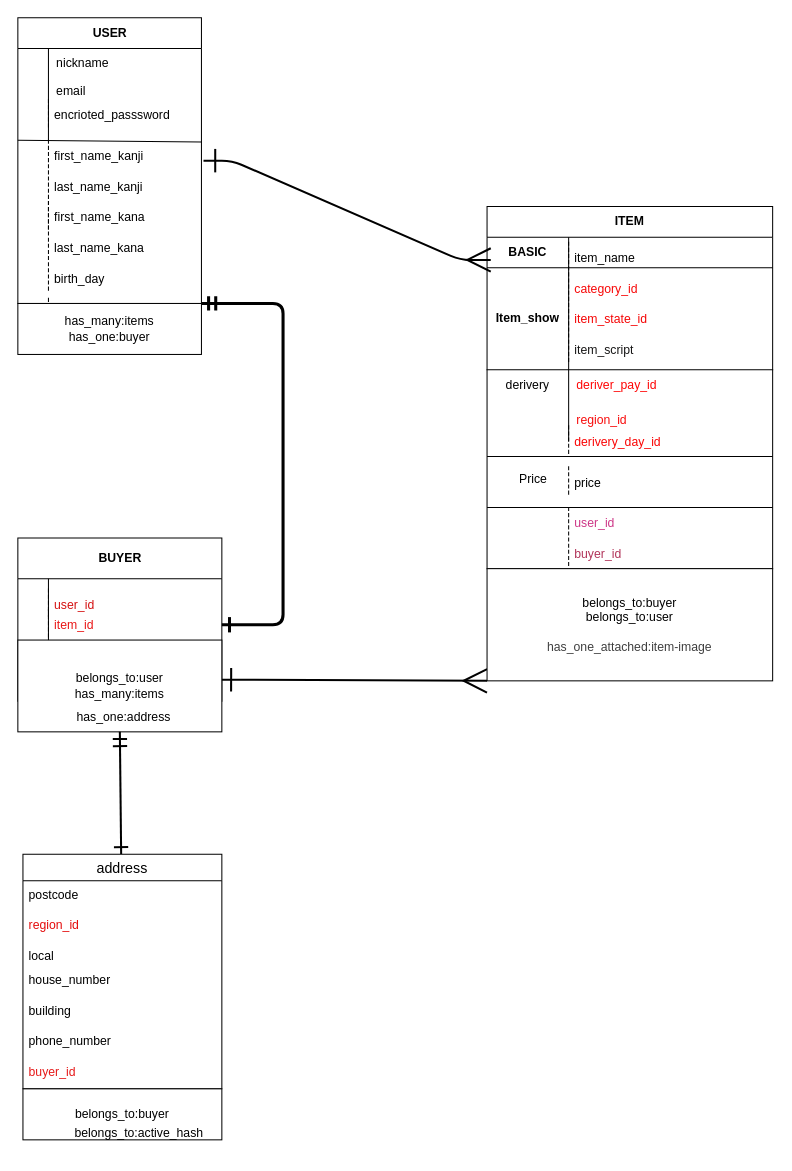
Tomoki-Fukasawa/furima-46200 keeps this draw.io diagram as furima-46200.dio. Above is the earlier version. Source tidied: cells renumbered, new cells numbered last; positions are measured from the earlier drawing's top-left corner, leaving out a move shared by most shapes. Both pictures are drawn from the tidied source at 102%, with x=0, y=0 at pixel (17, 17).
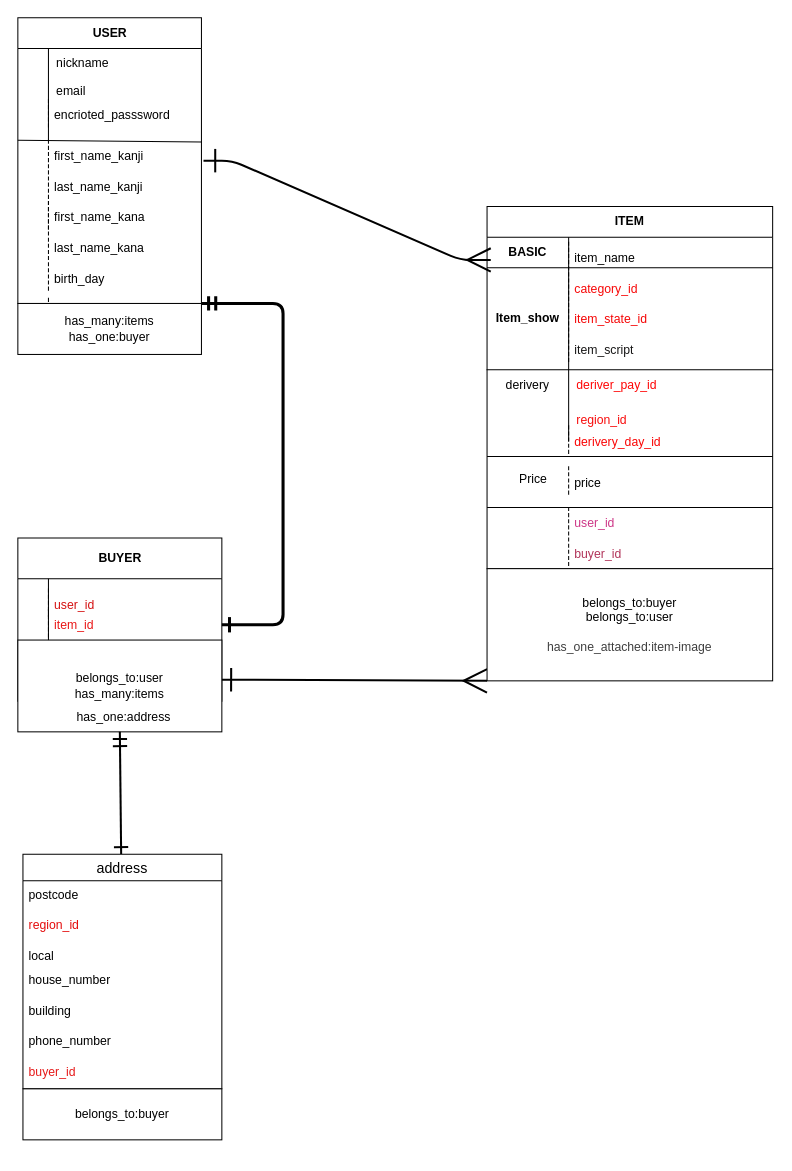
The same diagram, later.

The edit, as a diff of the source:
```diff
@@
-    <mxCell id="96" value="belongs_to:active_hash" style="text;strokeColor=none;fillColor=none;spacingLeft=4;spacingRight=4;overflow=hidden;fontSize=12;whiteSpace=wrap;html=1;" parent="1" vertex="1">
-      <mxGeometry x="50" y="1080" width="150" height="30" as="geometry" />
-    </mxCell>
```
